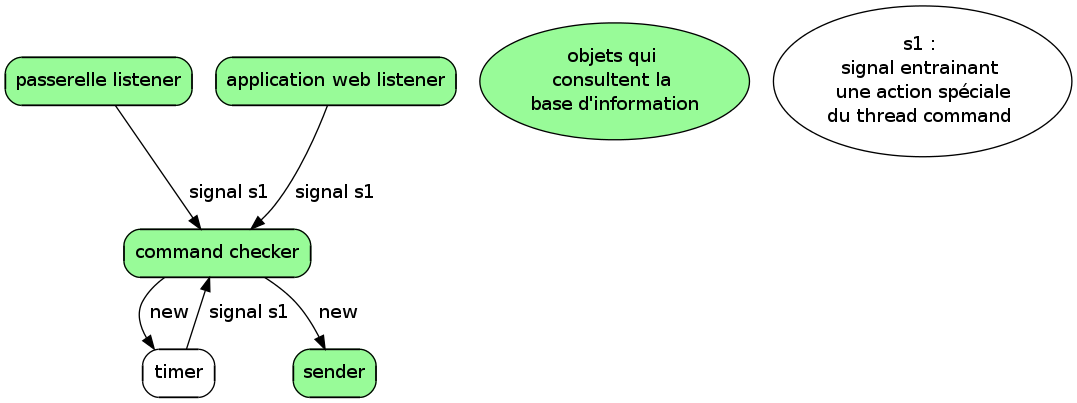
This is Conception/threads.png from vzantedeschi/aubergeDuMonstre, a Graphviz export, as it was before one commit. Its source is kept beside it as Conception/threads.dot. Its diagram source:
```dot
digraph threads{
    serv -> comm [label=" signal s1"];
    timer -> comm [label=" signal s1"];
    comm -> timer [label=" new"];
    comm -> sender [label=" new"];
    app -> comm [label=" signal s1"];

    comm [label="command checker",shape=box,fillcolor="palegreen",style="filled,rounded"];
    serv [label="passerelle listener",shape=box,fillcolor="palegreen",style="filled,rounded"];
    app [label="application web listener",fillcolor="palegreen",shape=box,style="filled,rounded"];
    sender [label="sender",shape=box,fillcolor="palegreen",style="filled,rounded"];
    timer [label="timer",shape=box,style="rounded"];

    bi [label="objets qui \nconsultent la \nbase d'information",fillcolor="palegreen",style="filled"];
    signal [label="s1 : \nsignal entrainant \nune action spéciale\ndu thread command "];
}
```
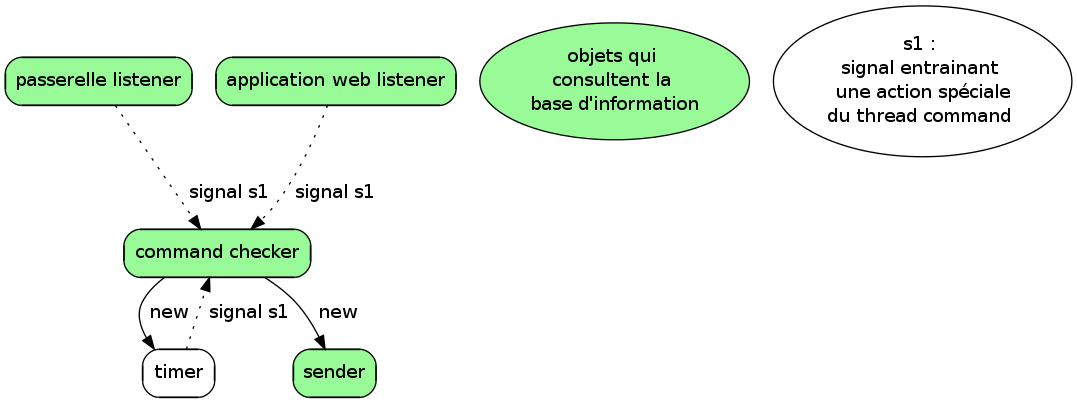
The same file after the commit.

Commit message:
dotted the arrows for signal s1

Diff of the diagram source:
```diff
@@ -1,9 +1,9 @@
 digraph threads{
-    serv -> comm [label=" signal s1"];
-    timer -> comm [label=" signal s1"];
+    serv -> comm [label=" signal s1", style="dotted" ];
+    timer -> comm [label=" signal s1", style="dotted" ];
     comm -> timer [label=" new"];
     comm -> sender [label=" new"];
-    app -> comm [label=" signal s1"];
+    app -> comm [label=" signal s1", style="dotted" ];
 
     comm [label="command checker",shape=box,fillcolor="palegreen",style="filled,rounded"];
     serv [label="passerelle listener",shape=box,fillcolor="palegreen",style="filled,rounded"];
```
